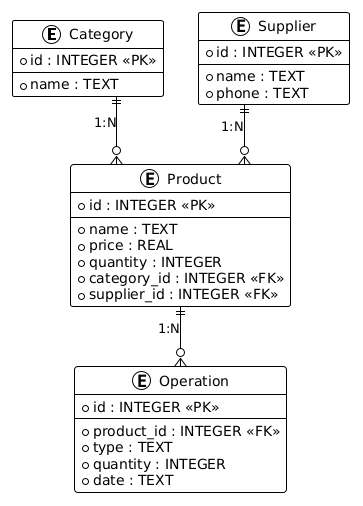
milalalala127/warehouse keeps this PlantUML diagram as docs/diagrams/er.png. Above is the earlier version.
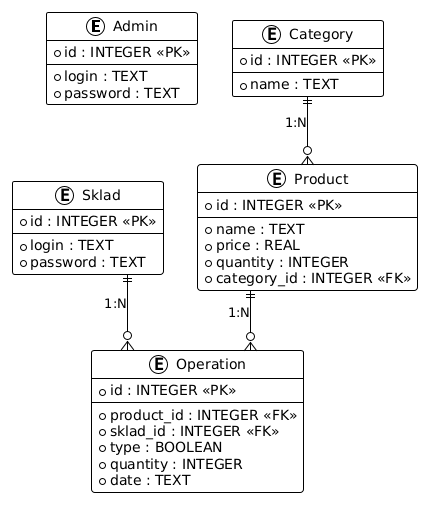
After the commit.

Commit message:
Обновлены диаграммы (PNG) по новым требованиям

Diff of the diagram source:
```diff
@@ -1,18 +1,25 @@
 @startuml
 !theme plain
 skinparam linetype ortho
+
+entity "Admin" as admin {
+  * id : INTEGER <<PK>>
+  --
+  * login : TEXT
+  * password : TEXT
+}
+
+entity "Sklad" as sklad {
+  * id : INTEGER <<PK>>
+  --
+  * login : TEXT
+  * password : TEXT
+}
 
 entity "Category" as cat {
   * id : INTEGER <<PK>>
   --
   * name : TEXT
-}
-
-entity "Supplier" as sup {
-  * id : INTEGER <<PK>>
-  --
-  * name : TEXT
-  * phone : TEXT
 }
 
 entity "Product" as prod {
@@ -22,19 +29,19 @@
   * price : REAL
   * quantity : INTEGER
   * category_id : INTEGER <<FK>>
-  * supplier_id : INTEGER <<FK>>
 }
 
 entity "Operation" as op {
   * id : INTEGER <<PK>>
   --
   * product_id : INTEGER <<FK>>
-  * type : TEXT
+  * sklad_id : INTEGER <<FK>>
+  * type : BOOLEAN
   * quantity : INTEGER
   * date : TEXT
 }
 
 cat ||--o{ prod : "1:N"
-sup ||--o{ prod : "1:N"
 prod ||--o{ op : "1:N"
+sklad ||--o{ op : "1:N"
 @enduml
```
